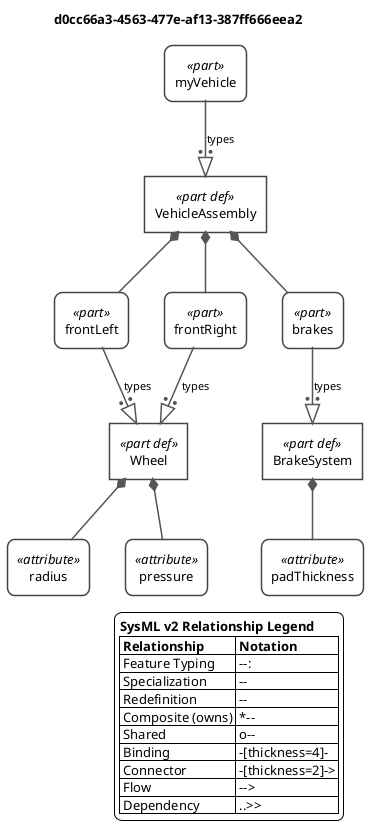
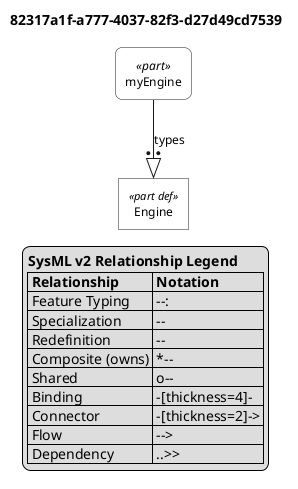
- '' Usage vs Definition
- '' Shows the visual distinction between definitions (sharp corners, <<part def>>) and usages (rounded, <<part>>).
@startuml

- <style>
- root {
-     BackGroundColor white
-     FontName Helvetica
-     FontSize 13
- }
- rectangle {
-     LineColor #444444
-     LineThickness 1.5
-     BackgroundColor white
-     Padding 10
- }
- arrow {
-     LineColor #555555
-     LineThickness 1.5
-     FontSize 11
- }
- </style>
+ skinparam monochrome true
+ skinparam wrapWidth 300
+ skinparam defaultFontSize 12
+ skinparam defaultFontName Helvetica

- skinparam wrapWidth 400
- 
+ ' Definitions: sharp corners, plain background
skinparam rectangle<<part def>> {
    RoundCorner 0
+     BackgroundColor white
+     StereotypeFontSize 11
}
skinparam rectangle<<item def>> {
    RoundCorner 0
+     BackgroundColor white
}
skinparam rectangle<<attribute def>> {
    RoundCorner 0
+     BackgroundColor white
}
skinparam rectangle<<port def>> {
    RoundCorner 0
+     BackgroundColor white
}
skinparam rectangle<<action def>> {
    RoundCorner 0
+     BackgroundColor white
}
skinparam rectangle<<state def>> {
    RoundCorner 0
+     BackgroundColor white
}
skinparam rectangle<<requirement def>> {
    RoundCorner 0
+     BackgroundColor white
}
+ skinparam rectangle<<view def>> {
+     RoundCorner 0
+     BackgroundColor white
+ }
+ skinparam rectangle<<viewpoint def>> {
+     RoundCorner 0
+     BackgroundColor white
+ }
+ skinparam rectangle<<enumeration def>> {
+     RoundCorner 0
+     BackgroundColor white
+ }
+ 
+ ' Usages: rounded corners, plain background
skinparam rectangle<<part>> {
    RoundCorner 15
+     BackgroundColor white
}
skinparam rectangle<<item>> {
    RoundCorner 15
+     BackgroundColor white
}
skinparam rectangle<<attribute>> {
    RoundCorner 15
+     BackgroundColor white
}
skinparam rectangle<<port>> {
    RoundCorner 15
+     BackgroundColor white
}
skinparam rectangle<<action>> {
    RoundCorner 15
+     BackgroundColor white
}
skinparam rectangle<<state>> {
    RoundCorner 15
+     BackgroundColor white
}
skinparam rectangle<<requirement>> {
    RoundCorner 15
+     BackgroundColor white
}
+ skinparam rectangle<<view>> {
+     RoundCorner 15
+     BackgroundColor white
+ }
+ skinparam rectangle<<viewpoint>> {
+     RoundCorner 15
+     BackgroundColor white
+ }
+ skinparam rectangle<<enumeration>> {
+     RoundCorner 15
+     BackgroundColor white
+ }
+ 
+ ' Views as folders
skinparam folder<<view def>> {
-     BackgroundColor #F5E6FF
-     BorderColor #8E44AD
+     BackgroundColor white
}
skinparam folder<<view>> {
-     BackgroundColor #F5E6FF
-     BorderColor #8E44AD
+     BackgroundColor white
}

top to bottom direction

- title d0cc66a3-4563-477e-af13-387ff666eea2
+ title 82317a1f-a777-4037-82f3-d27d49cd7539

hide circle

- rectangle "Wheel" as E1 <<(P,#32CD32) part def>>
- rectangle "radius" as E2 <<(A,#32CD32) attribute>>
- rectangle "pressure" as E3 <<(A,#32CD32) attribute>>
- rectangle "BrakeSystem" as E4 <<(P,#32CD32) part def>>
- rectangle "padThickness" as E5 <<(A,#32CD32) attribute>>
- rectangle "VehicleAssembly" as E6 <<(P,#32CD32) part def>>
- rectangle "frontLeft" as E7 <<(P,#32CD32) part>>
- rectangle "frontRight" as E8 <<(P,#32CD32) part>>
- rectangle "brakes" as E9 <<(P,#32CD32) part>>
- rectangle "myVehicle" as E10 <<(P,#32CD32) part>>
+ rectangle "Engine" as E1 <<part def>>
+ rectangle "myEngine" as E2 <<part>>

- E1 *-- E2
- E1 *-- E3
- E4 *-- E5
- E6 *-- E7
- E7 --:|> E1 : types
- E6 *-- E8
- E8 --:|> E1 : types
- E6 *-- E9
- E9 --:|> E4 : types
- E10 --:|> E6 : types
+ E2 --:|> E1 : types

legend right
  <b>SysML v2 Relationship Legend</b>
  |= Relationship |= Notation |
  | Feature Typing | --:|> |
  | Specialization | --|> |
  | Redefinition | --||> |
  | Composite (owns) | *-- |
  | Shared | o-- |
  | Binding | -[thickness=4]- |
  | Connector | -[thickness=2]-> |
  | Flow | --> |
  | Dependency | ..>> |
endlegend

@enduml